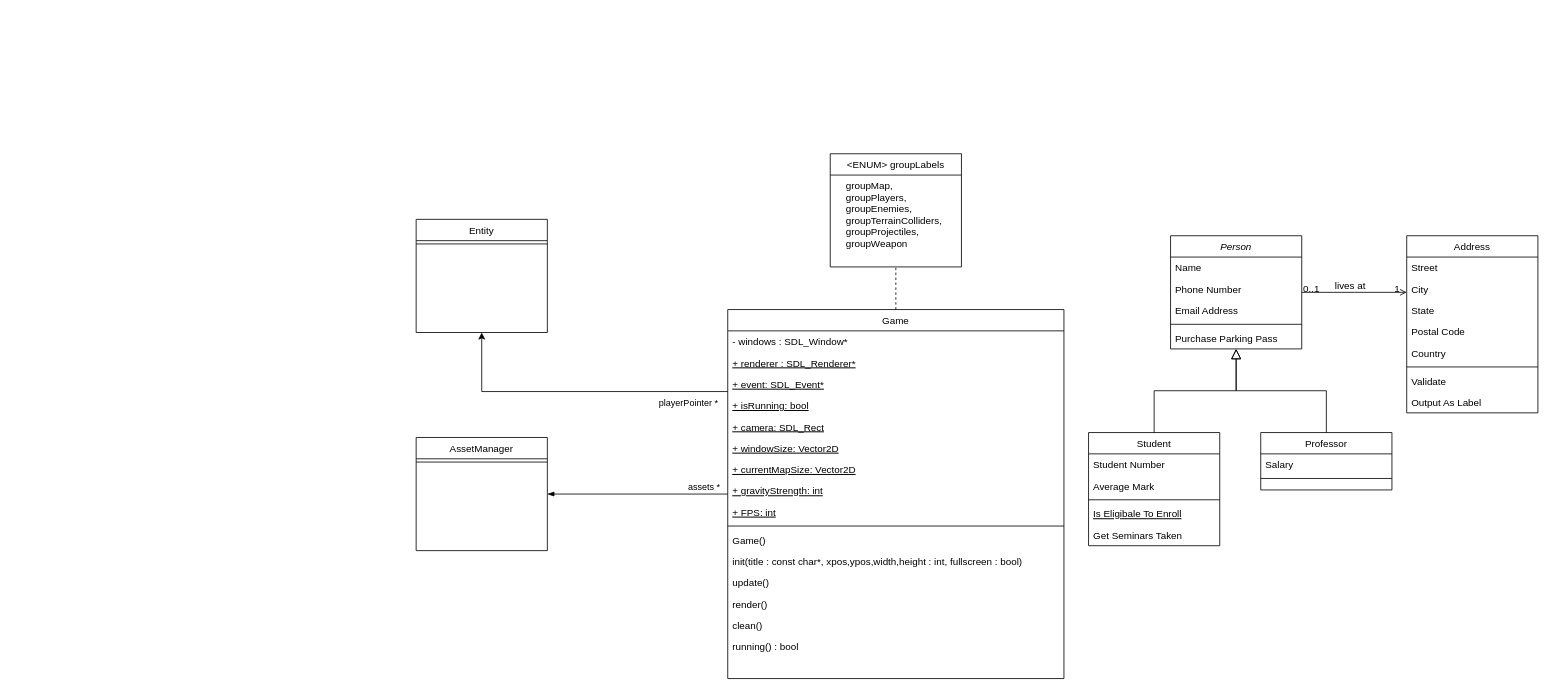
Earlier version of the draw.io diagram UML/Untitled Diagram.drawio (abastienIIT/Roguelike). Source tidied: cells renumbered, new cells numbered last; positions are measured from the earlier drawing's top-left corner, leaving out a move shared by most shapes. Both pictures are drawn from the tidied source at 82%, with x=0, y=0 at pixel (416, 153).
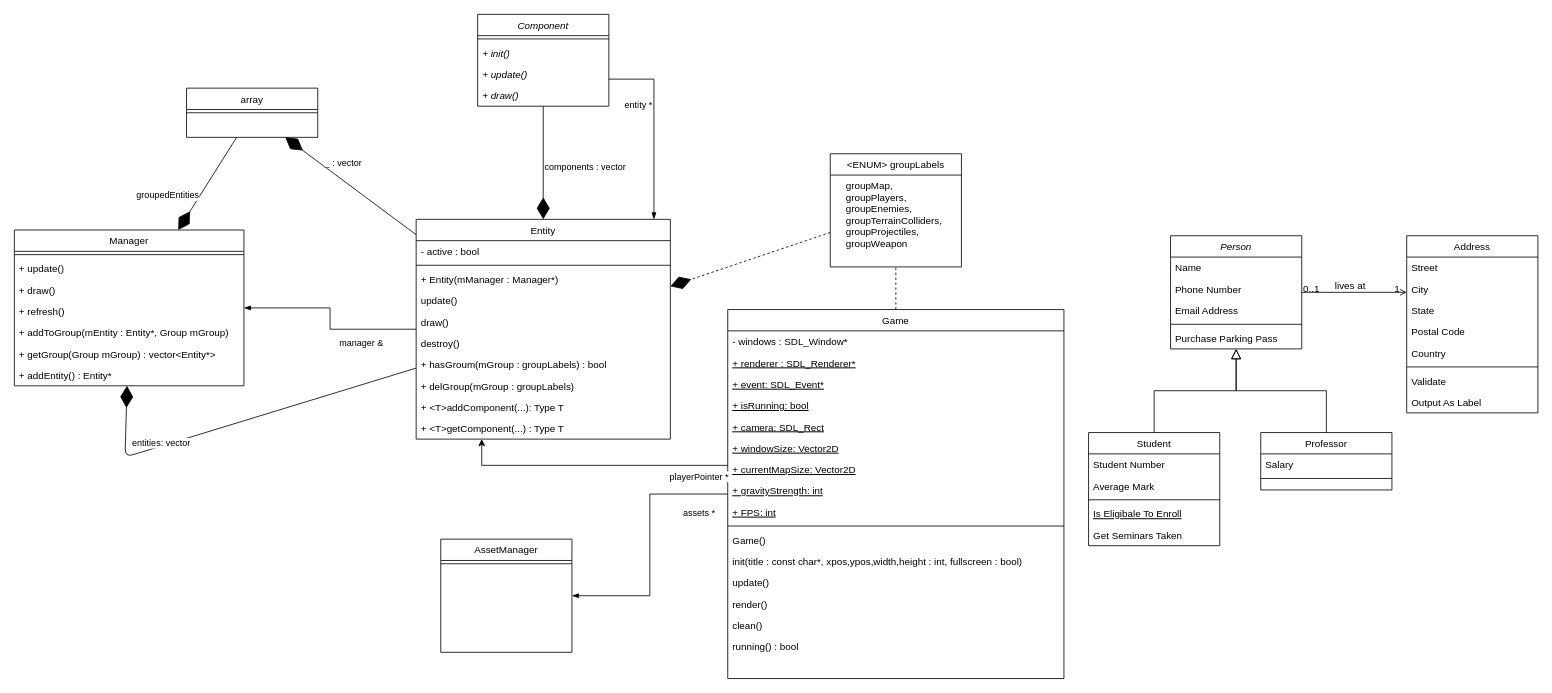
The same diagram, later.

Unchanged cells that the change refers to:
```xml
<mxCell id="34" value="Game" style="swimlane;fontStyle=0;align=center;verticalAlign=top;horizontal=1;startSize=26;rounded=0;shadow=0;strokeWidth=1;" parent="1" vertex="1">
  <mxGeometry x="380" y="190" width="410" height="450" as="geometry" />
</mxCell>
<mxCell id="55" value="&lt;ENUM&gt; groupLabels" style="swimlane;fontStyle=0;align=center;verticalAlign=top;horizontal=1;startSize=26;rounded=0;shadow=0;strokeWidth=1;" parent="1" vertex="1">
  <mxGeometry x="505" width="160" height="138" as="geometry" />
</mxCell>
```

The edit, as a diff of the source:
```diff
@@
+    <mxCell id="60" style="edgeStyle=orthogonalEdgeStyle;rounded=0;jettySize=auto;html=1;endArrow=blockThin;endFill=1;" parent="1" edge="1" source="51" target="71">
+      <mxGeometry relative="1" as="geometry" />
+    </mxCell>
+    <mxCell id="61" value="manager &amp;amp;" style="edgeLabel;html=1;align=center;verticalAlign=middle;" parent="60" vertex="1">
+      <mxGeometry x="0.35" y="-2" relative="1" as="geometry">
+        <mxPoint x="65" y="44" as="offset" />
+      </mxGeometry>
+    </mxCell>
     <mxCell id="51" value="Entity" style="swimlane;fontStyle=0;align=center;verticalAlign=top;horizontal=1;startSize=26;rounded=0;shadow=0;strokeWidth=1;" parent="1" vertex="1">
-      <mxGeometry y="80" width="160" height="138" as="geometry" />
+      <mxGeometry y="80" width="310" height="268" as="geometry" />
     </mxCell>
+    <mxCell id="62" value="- active : bool" style="text;align=left;verticalAlign=top;spacingLeft=4;spacingRight=4;overflow=hidden;" parent="51" vertex="1">
+      <mxGeometry y="26" width="310" height="26" as="geometry" />
+    </mxCell>
     <mxCell id="52" style="line;html=1;strokeWidth=1;align=left;verticalAlign=middle;spacingTop=-1;spacingLeft=3;spacingRight=3;labelPosition=right;" parent="51" vertex="1">
-      <mxGeometry y="26" width="160" height="8" as="geometry" />
+      <mxGeometry y="52" width="310" height="8" as="geometry" />
     </mxCell>
+    <mxCell id="63" value="+ Entity(mManager : Manager*)" style="text;align=left;verticalAlign=top;spacingLeft=4;spacingRight=4;overflow=hidden;fontStyle=0;" parent="51" vertex="1">
+      <mxGeometry y="60" width="310" height="26" as="geometry" />
+    </mxCell>
+    <mxCell id="64" value="update()" style="text;align=left;verticalAlign=top;spacingLeft=4;spacingRight=4;overflow=hidden;" parent="51" vertex="1">
+      <mxGeometry y="86" width="310" height="26" as="geometry" />
+    </mxCell>
+    <mxCell id="65" value="draw()" style="text;align=left;verticalAlign=top;spacingLeft=4;spacingRight=4;overflow=hidden;" parent="51" vertex="1">
+      <mxGeometry y="112" width="310" height="26" as="geometry" />
+    </mxCell>
+    <mxCell id="66" value="destroy()" style="text;align=left;verticalAlign=top;spacingLeft=4;spacingRight=4;overflow=hidden;" parent="51" vertex="1">
+      <mxGeometry y="138" width="310" height="26" as="geometry" />
+    </mxCell>
+    <mxCell id="67" value="+ hasGroum(mGroup : groupLabels) : bool&#10;" style="text;align=left;verticalAlign=top;spacingLeft=4;spacingRight=4;overflow=hidden;" parent="51" vertex="1">
+      <mxGeometry y="164" width="310" height="26" as="geometry" />
+    </mxCell>
+    <mxCell id="68" value="+ delGroup(mGroup : groupLabels)&#10;" style="text;align=left;verticalAlign=top;spacingLeft=4;spacingRight=4;overflow=hidden;" parent="51" vertex="1">
+      <mxGeometry y="190" width="310" height="26" as="geometry" />
+    </mxCell>
+    <mxCell id="69" value="+ &lt;T&gt;addComponent(...): Type T&#10;" style="text;align=left;verticalAlign=top;spacingLeft=4;spacingRight=4;overflow=hidden;" parent="51" vertex="1">
+      <mxGeometry y="216" width="310" height="26" as="geometry" />
+    </mxCell>
+    <mxCell id="70" value="+ &lt;T&gt;getComponent(...) : Type T&#10;" style="text;align=left;verticalAlign=top;spacingLeft=4;spacingRight=4;overflow=hidden;" parent="51" vertex="1">
+      <mxGeometry y="242" width="310" height="26" as="geometry" />
+    </mxCell>
     <mxCell id="53" style="edgeStyle=orthogonalEdgeStyle;rounded=0;jettySize=auto;html=1;" parent="1" edge="1" source="34" target="51">
       <mxGeometry relative="1" as="geometry">
         <Array as="points">
-          <mxPoint x="80" y="290" />
+          <mxPoint x="80" y="380" />
         </Array>
       </mxGeometry>
     </mxCell>
@@
     <mxCell id="58" value="AssetManager" style="swimlane;fontStyle=0;align=center;verticalAlign=top;horizontal=1;startSize=26;rounded=0;shadow=0;strokeWidth=1;" parent="1" vertex="1">
-      <mxGeometry y="346" width="160" height="138" as="geometry" />
+      <mxGeometry x="30" y="470" width="160" height="138" as="geometry" />
     </mxCell>
@@
+    <mxCell id="71" value="Manager" style="swimlane;fontStyle=0;align=center;verticalAlign=top;horizontal=1;startSize=26;rounded=0;shadow=0;strokeWidth=1;" parent="1" vertex="1">
+      <mxGeometry x="-490" y="93" width="280" height="190" as="geometry" />
+    </mxCell>
+    <mxCell id="72" style="line;html=1;strokeWidth=1;align=left;verticalAlign=middle;spacingTop=-1;spacingLeft=3;spacingRight=3;labelPosition=right;" parent="71" vertex="1">
+      <mxGeometry y="26" width="280" height="8" as="geometry" />
+    </mxCell>
+    <mxCell id="73" value="+ update()" style="text;align=left;verticalAlign=top;spacingLeft=4;spacingRight=4;overflow=hidden;fontStyle=0;" parent="71" vertex="1">
+      <mxGeometry y="34" width="280" height="26" as="geometry" />
+    </mxCell>
+    <mxCell id="74" value="+ draw()" style="text;align=left;verticalAlign=top;spacingLeft=4;spacingRight=4;overflow=hidden;fontStyle=0;" parent="71" vertex="1">
+      <mxGeometry y="60" width="280" height="26" as="geometry" />
+    </mxCell>
+    <mxCell id="75" value="+ refresh()" style="text;align=left;verticalAlign=top;spacingLeft=4;spacingRight=4;overflow=hidden;fontStyle=0;" parent="71" vertex="1">
+      <mxGeometry y="86" width="280" height="26" as="geometry" />
+    </mxCell>
+    <mxCell id="76" value="+ addToGroup(mEntity : Entity*, Group mGroup)" style="text;align=left;verticalAlign=top;spacingLeft=4;spacingRight=4;overflow=hidden;fontStyle=0;" parent="71" vertex="1">
+      <mxGeometry y="112" width="280" height="26" as="geometry" />
+    </mxCell>
+    <mxCell id="77" value="+ getGroup(Group mGroup) : vector&lt;Entity*&gt;" style="text;align=left;verticalAlign=top;spacingLeft=4;spacingRight=4;overflow=hidden;fontStyle=0;" parent="71" vertex="1">
+      <mxGeometry y="138" width="280" height="26" as="geometry" />
+    </mxCell>
+    <mxCell id="78" value="+ addEntity() : Entity*" style="text;align=left;verticalAlign=top;spacingLeft=4;spacingRight=4;overflow=hidden;fontStyle=0;" parent="71" vertex="1">
+      <mxGeometry y="164" width="280" height="26" as="geometry" />
+    </mxCell>
+    <mxCell id="79" style="edgeStyle=orthogonalEdgeStyle;rounded=0;jettySize=auto;html=1;endArrow=blockThin;endFill=1;" parent="1" edge="1" source="81" target="51">
+      <mxGeometry relative="1" as="geometry">
+        <Array as="points">
+          <mxPoint x="290" y="-91" />
+        </Array>
+      </mxGeometry>
+    </mxCell>
+    <mxCell id="80" value="entity *" style="edgeLabel;html=1;align=center;verticalAlign=middle;" parent="79" vertex="1">
+      <mxGeometry x="-0.68" y="1" relative="1" as="geometry">
+        <mxPoint x="-1" y="32" as="offset" />
+      </mxGeometry>
+    </mxCell>
+    <mxCell id="81" value="Component" style="swimlane;fontStyle=2;align=center;verticalAlign=top;horizontal=1;startSize=26;rounded=0;shadow=0;strokeWidth=1;" parent="1" vertex="1">
+      <mxGeometry x="75" y="-170" width="160" height="112" as="geometry" />
+    </mxCell>
+    <mxCell id="82" style="line;html=1;strokeWidth=1;align=left;verticalAlign=middle;spacingTop=-1;spacingLeft=3;spacingRight=3;labelPosition=right;" parent="81" vertex="1">
+      <mxGeometry y="26" width="160" height="8" as="geometry" />
+    </mxCell>
+    <mxCell id="83" value="+ init()" style="text;align=left;verticalAlign=top;spacingLeft=4;spacingRight=4;overflow=hidden;fontStyle=2;" parent="81" vertex="1">
+      <mxGeometry y="34" width="160" height="26" as="geometry" />
+    </mxCell>
+    <mxCell id="84" value="+ update()" style="text;align=left;verticalAlign=top;spacingLeft=4;spacingRight=4;overflow=hidden;fontStyle=2;" parent="81" vertex="1">
+      <mxGeometry y="60" width="160" height="26" as="geometry" />
+    </mxCell>
+    <mxCell id="85" value="+ draw()" style="text;align=left;verticalAlign=top;spacingLeft=4;spacingRight=4;overflow=hidden;fontStyle=2;" parent="81" vertex="1">
+      <mxGeometry y="86" width="160" height="26" as="geometry" />
+    </mxCell>
+    <mxCell id="86" style="endArrow=diamondThin;endFill=1;endSize=24;html=1;" parent="1" edge="1" source="81" target="51">
+      <mxGeometry relative="1" as="geometry" />
+    </mxCell>
+    <mxCell id="87" value="components : vector " style="edgeLabel;html=1;align=center;verticalAlign=middle;" parent="86" vertex="1">
+      <mxGeometry x="-0.41" y="4" relative="1" as="geometry">
+        <mxPoint x="46" y="32" as="offset" />
+      </mxGeometry>
+    </mxCell>
+    <mxCell id="88" style="endArrow=diamondThin;endFill=1;endSize=24;html=1;" parent="1" edge="1" source="51" target="71">
+      <mxGeometry relative="1" as="geometry">
+        <Array as="points">
+          <mxPoint x="-355" y="370" />
+        </Array>
+      </mxGeometry>
+    </mxCell>
+    <mxCell id="89" value="entities: vector " style="edgeLabel;html=1;align=center;verticalAlign=middle;" parent="88" vertex="1">
+      <mxGeometry x="-0.41" y="4" relative="1" as="geometry">
+        <mxPoint x="-183.3" y="47.5" as="offset" />
+      </mxGeometry>
+    </mxCell>
+    <mxCell id="90" value="array" style="swimlane;fontStyle=0;align=center;verticalAlign=top;horizontal=1;startSize=26;rounded=0;shadow=0;strokeWidth=1;" parent="1" vertex="1">
+      <mxGeometry x="-280" y="-80" width="160" height="60" as="geometry" />
+    </mxCell>
+    <mxCell id="91" style="line;html=1;strokeWidth=1;align=left;verticalAlign=middle;spacingTop=-1;spacingLeft=3;spacingRight=3;labelPosition=right;" parent="90" vertex="1">
+      <mxGeometry y="26" width="160" height="8" as="geometry" />
+    </mxCell>
+    <mxCell id="92" style="endArrow=diamondThin;endFill=1;endSize=24;html=1;" parent="1" edge="1" source="90" target="71">
+      <mxGeometry relative="1" as="geometry" />
+    </mxCell>
+    <mxCell id="93" value="groupedEntities " style="edgeLabel;html=1;align=center;verticalAlign=middle;" parent="92" vertex="1">
+      <mxGeometry x="-0.41" y="4" relative="1" as="geometry">
+        <mxPoint x="-66.9" y="35.3" as="offset" />
+      </mxGeometry>
+    </mxCell>
+    <mxCell id="94" style="endArrow=diamondThin;endFill=1;endSize=24;html=1;" parent="1" edge="1" source="51" target="90">
+      <mxGeometry relative="1" as="geometry" />
+    </mxCell>
+    <mxCell id="95" value="_ : vector" style="edgeLabel;html=1;align=center;verticalAlign=middle;" parent="94" vertex="1">
+      <mxGeometry x="0.15" y="4" relative="1" as="geometry">
+        <mxPoint x="3.9" y="-23.9" as="offset" />
+      </mxGeometry>
+    </mxCell>
+    <mxCell id="96" style="endArrow=diamondThin;endFill=1;endSize=24;html=1;dashed=1;" parent="1" edge="1" source="55" target="51">
+      <mxGeometry relative="1" as="geometry" />
+    </mxCell>
```
